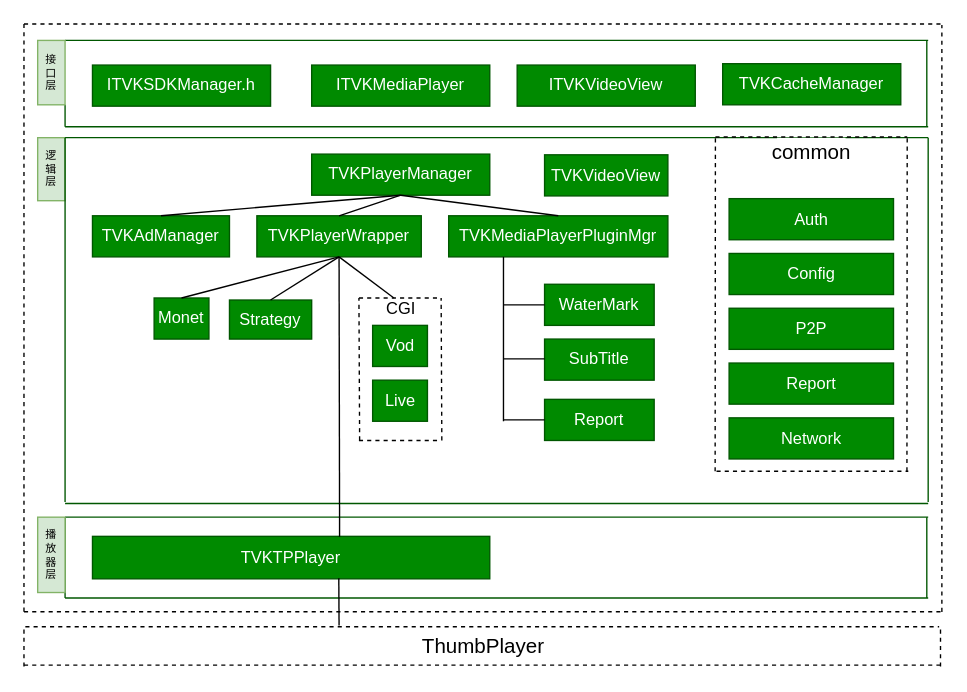
Before: TVKPlayer_iOS.drawio in xmgtih/drawio, a draw.io diagram. Source tidied: cells renumbered, new cells numbered last; positions are measured from the earlier drawing's top-left corner, leaving out a move shared by most shapes. Both pictures are drawn from the tidied source at 137%, with x=0, y=0 at pixel (23, 23).
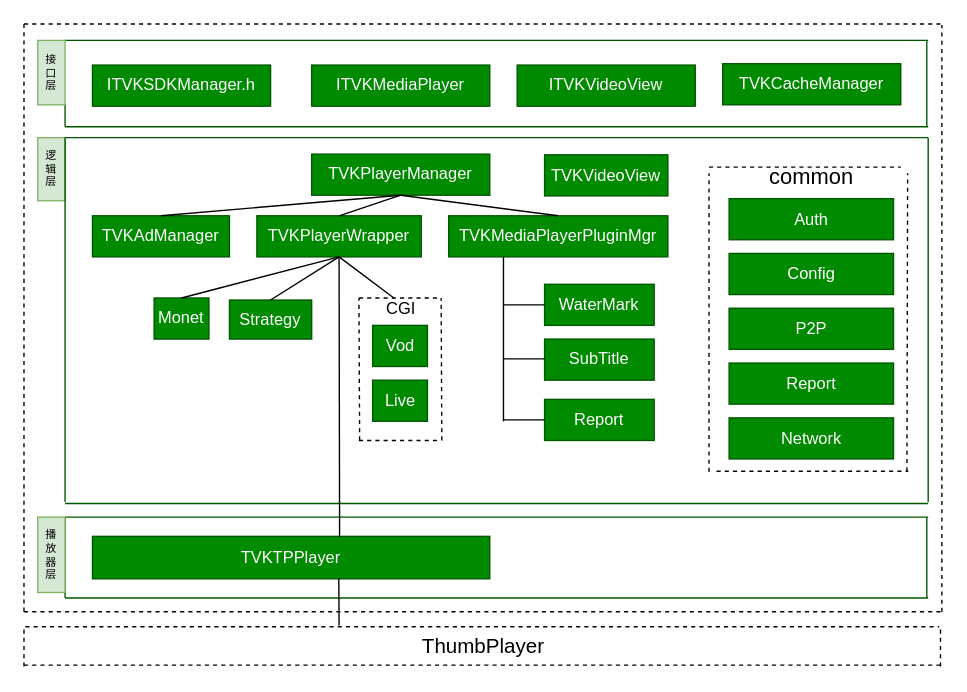
The same diagram, later.

Commit message:
adjust common text

What changed in the source:
```diff
@@
-    <mxCell id="16" value="common" style="text;html=1;strokeColor=none;fillColor=#ffffff;align=center;verticalAlign=middle;whiteSpace=wrap;rounded=0;fontSize=15;" parent="1" vertex="1">
-      <mxGeometry x="549.7" y="83" width="50" height="20" as="geometry" />
+    <mxCell id="16" value="common" style="text;html=1;strokeColor=none;fillColor=#ffffff;align=center;verticalAlign=middle;whiteSpace=wrap;rounded=0;fontSize=16;" parent="1" vertex="1">
+      <mxGeometry x="549.7" y="100.5" width="50" height="20" as="geometry" />
     </mxCell>
@@
     <mxCell id="23" style="endArrow=none;dashed=1;html=1;fontColor=#FFFFFF;" parent="1" edge="1">
       <mxGeometry relative="1" as="geometry">
-        <mxPoint x="504.7" y="82.5" as="sourcePoint" />
-        <mxPoint x="644.7" y="82.5" as="targetPoint" />
+        <mxPoint x="500" y="104.5" as="sourcePoint" />
+        <mxPoint x="640" y="104.5" as="targetPoint" />
       </mxGeometry>
     </mxCell>
@@
     <mxCell id="25" style="endArrow=none;dashed=1;html=1;fontColor=#FFFFFF;" parent="1" edge="1">
       <mxGeometry relative="1" as="geometry">
-        <mxPoint x="504.5" y="326.5" as="sourcePoint" />
-        <mxPoint x="504.7" y="82.5" as="targetPoint" />
+        <mxPoint x="500" y="327" as="sourcePoint" />
+        <mxPoint x="500" y="109" as="targetPoint" />
       </mxGeometry>
     </mxCell>
     <mxCell id="26" style="endArrow=none;dashed=1;html=1;fontColor=#FFFFFF;" parent="1" edge="1">
       <mxGeometry relative="1" as="geometry">
         <mxPoint x="644.5" y="326.5" as="sourcePoint" />
-        <mxPoint x="644.7" y="82.5" as="targetPoint" />
+        <mxPoint x="645" y="109" as="targetPoint" />
       </mxGeometry>
     </mxCell>
```
